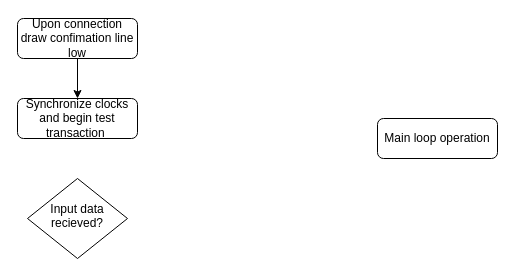
The draw.io diagram test.dio in Kyle-912/HDL, before the edit. Source tidied: cells renumbered, new cells numbered last; positions are measured from the earlier drawing's top-left corner, leaving out a move shared by most shapes. Both pictures are drawn from the tidied source at 100%, with x=0, y=0 at pixel (17, 18).
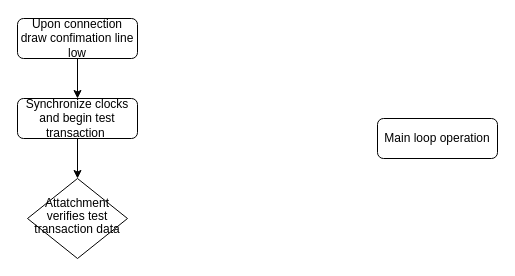
After the change.

Diff of the diagram source:
```diff
@@
 <mxGraphModel>
   <root>
     <mxCell id="0" />
     <mxCell id="1" parent="0" />
     <mxCell id="2" value="Main loop operation" style="rounded=1;whiteSpace=wrap;html=1;fontSize=12;glass=0;strokeWidth=1;shadow=0;" parent="1" vertex="1">
       <mxGeometry x="360" y="100" width="120" height="40" as="geometry" />
     </mxCell>
     <mxCell id="3" style="edgeStyle=none;html=1;exitX=0.5;exitY=1;exitDx=0;exitDy=0;entryX=0.5;entryY=0;entryDx=0;entryDy=0;fontSize=11;" parent="1" edge="1" source="4" target="5">
       <mxGeometry relative="1" as="geometry" />
     </mxCell>
     <mxCell id="4" value="Upon connection draw confimation line low" style="rounded=1;whiteSpace=wrap;html=1;fontSize=12;glass=0;strokeWidth=1;shadow=0;" parent="1" vertex="1">
       <mxGeometry width="120" height="40" as="geometry" />
     </mxCell>
+    <mxCell id="7" style="edgeStyle=none;html=1;exitX=0.5;exitY=1;exitDx=0;exitDy=0;entryX=0.5;entryY=0;entryDx=0;entryDy=0;fontSize=11;" parent="1" edge="1" source="5" target="6">
+      <mxGeometry relative="1" as="geometry" />
+    </mxCell>
     <mxCell id="5" value="Synchronize clocks and begin test transaction&amp;nbsp;" style="rounded=1;whiteSpace=wrap;html=1;fontSize=12;glass=0;strokeWidth=1;shadow=0;" parent="1" vertex="1">
       <mxGeometry y="80" width="120" height="40" as="geometry" />
     </mxCell>
-    <mxCell id="6" value="&lt;p style=&quot;line-height: 110%;&quot;&gt;Input data recieved?&lt;/p&gt;" style="rhombus;whiteSpace=wrap;html=1;shadow=0;fontFamily=Helvetica;fontSize=12;align=center;strokeWidth=1;spacing=6;spacingTop=-4;" parent="1" vertex="1">
+    <mxCell id="6" value="&lt;p style=&quot;line-height: 110%;&quot;&gt;&lt;font style=&quot;font-size: 12px;&quot;&gt;Attatchment verifies test transaction&amp;nbsp;&lt;/font&gt;&lt;span style=&quot;background-color: initial;&quot;&gt;data&lt;/span&gt;&lt;/p&gt;" style="rhombus;whiteSpace=wrap;html=1;shadow=0;fontFamily=Helvetica;fontSize=12;align=center;strokeWidth=1;spacing=6;spacingTop=-4;" parent="1" vertex="1">
       <mxGeometry x="10" y="160" width="100" height="80" as="geometry" />
     </mxCell>
   </root>
 </mxGraphModel>
```
